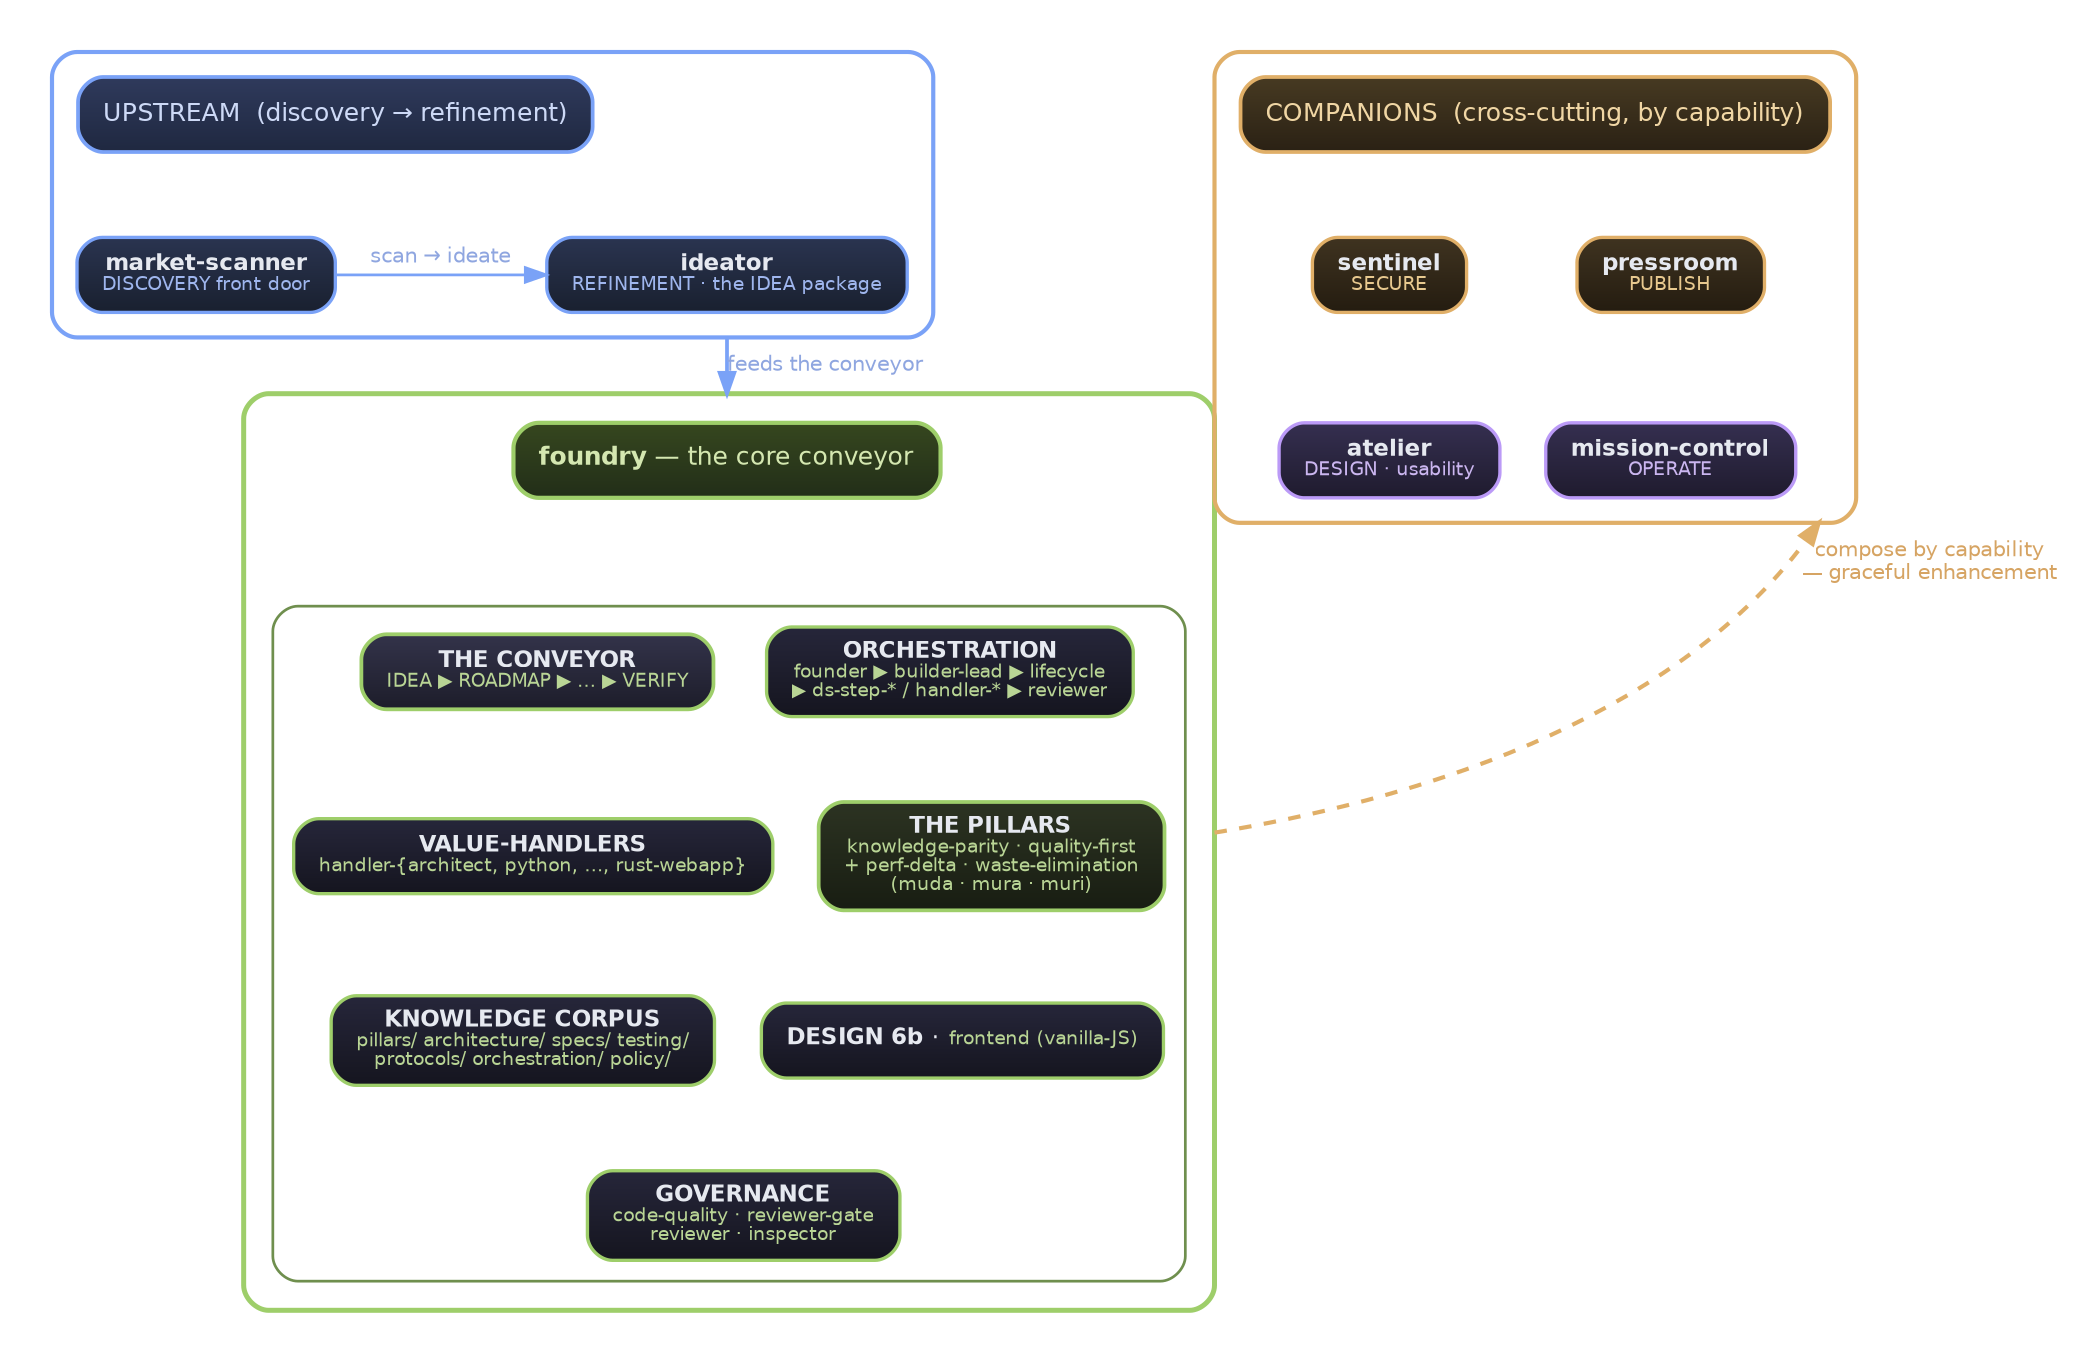
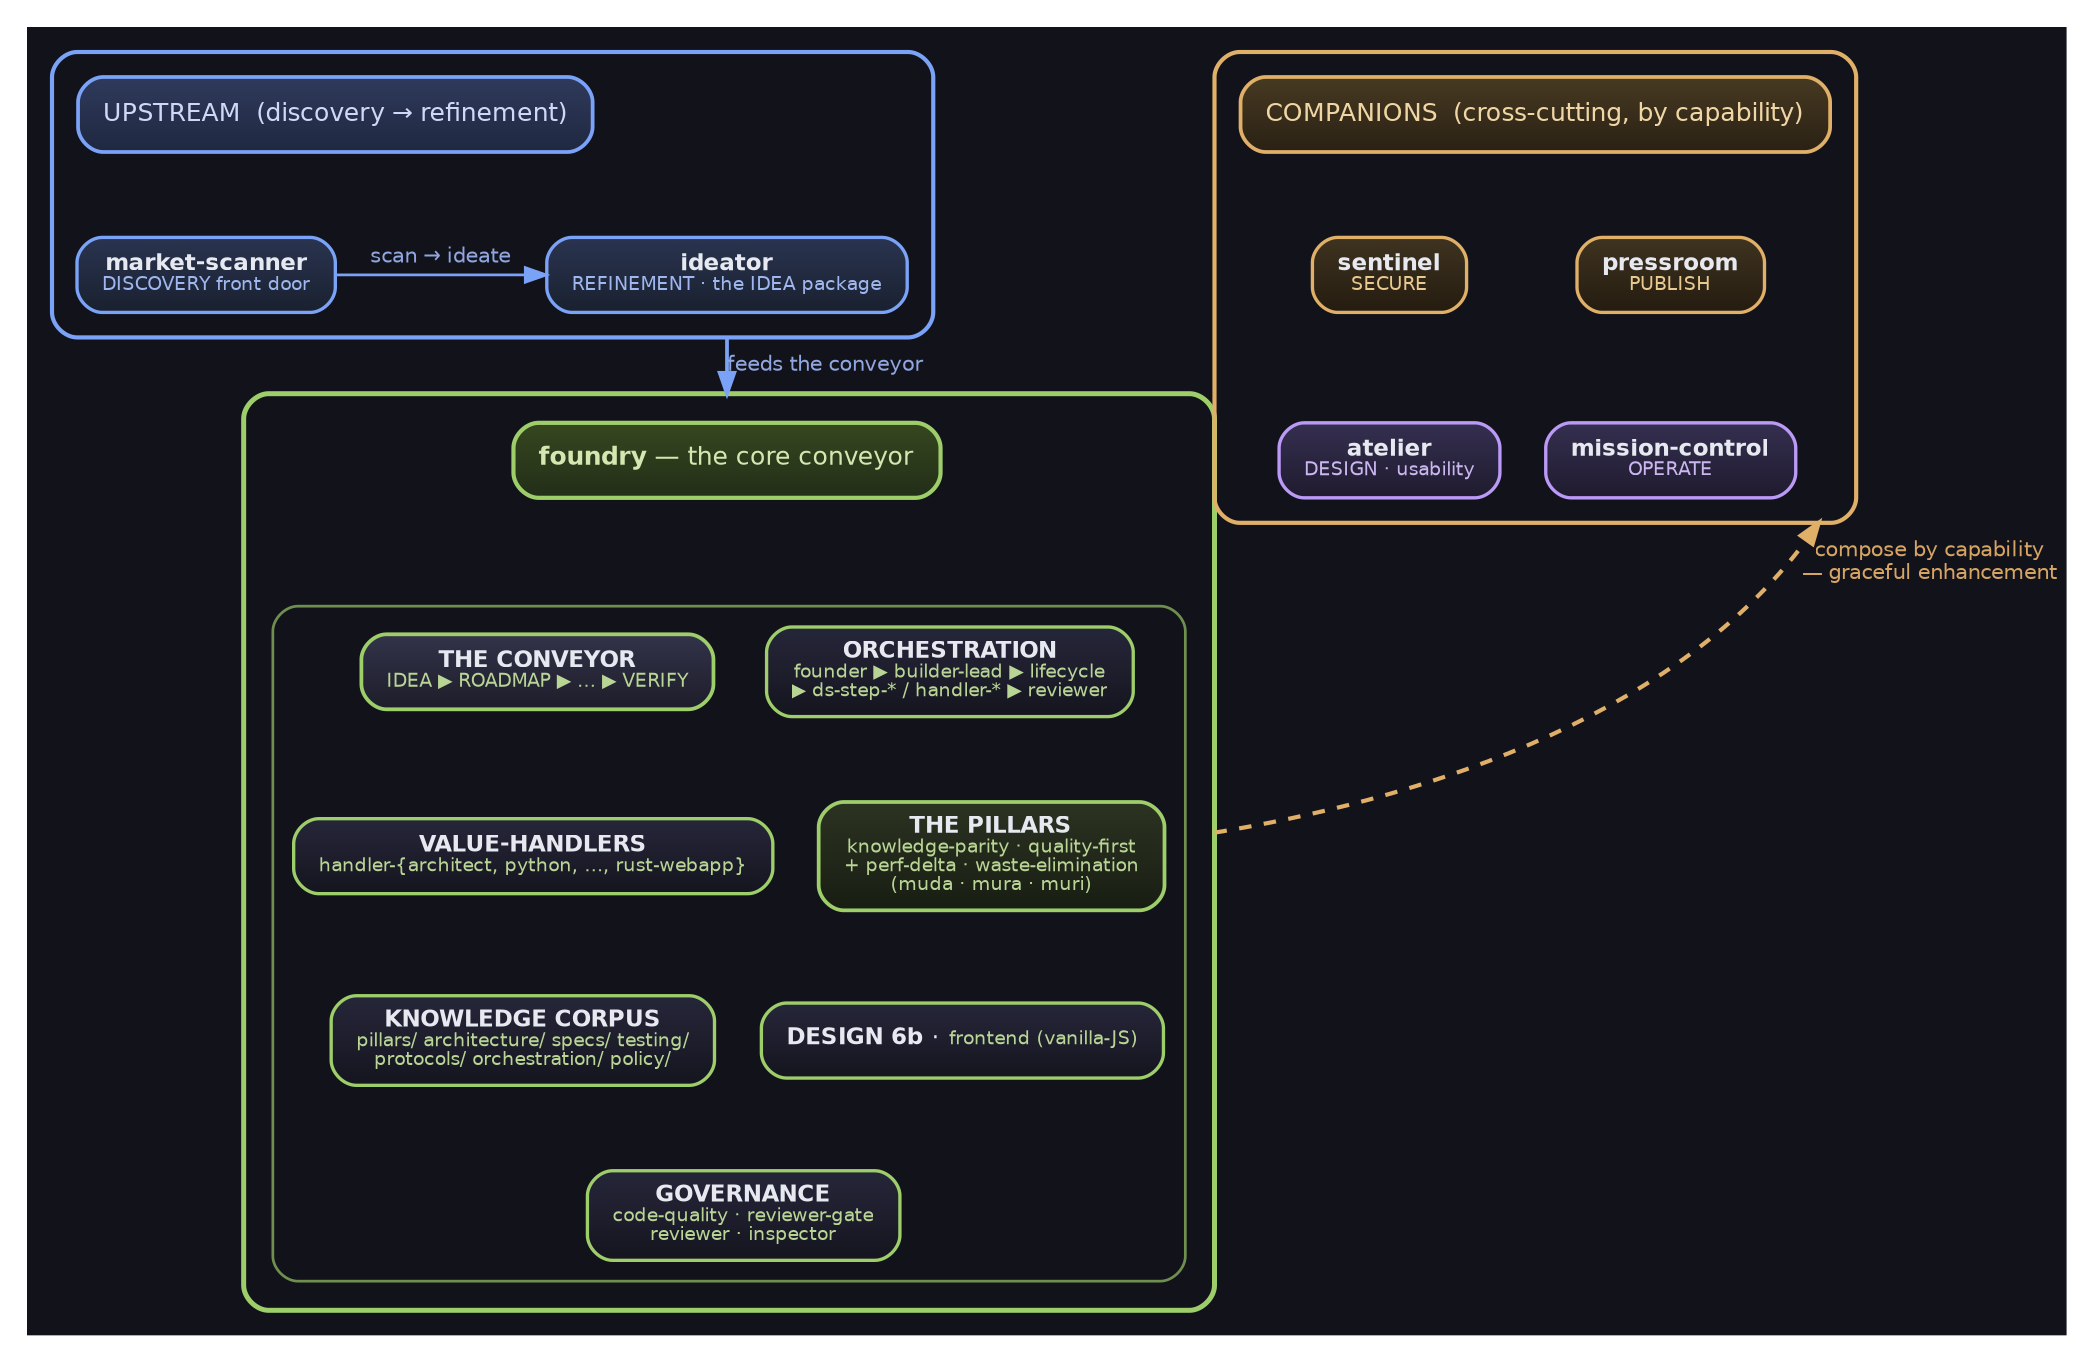
digraph DomainArchB {
-   bgcolor="transparent"
+   bgcolor="#12121b"
  rankdir=TB
  compound=true
  newrank=true
  nodesep=0.30
  ranksep=0.55
  margin=0.18
  fontname="DejaVu Sans"

  // node default carries a top-lit vertical gradient (lighter top → darker bottom) so every
  // filled box reads as a raised plate (graphviz-native depth; gradientangle=270 = top→bottom).
  node [shape=box, style="filled,rounded", fillcolor="#26263a:#15151f", gradientangle=270,
        color="#9aa2c0", fontcolor="#e6e9f0", fontname="DejaVu Sans", fontsize=11,
        penwidth=1.6, margin="0.16,0.10"]
  edge [color="#9aa2c0", fontcolor="#b8bed0", fontname="DejaVu Sans",
        fontsize=10, penwidth=1.3]

  // Cluster titles ride ON a filled accent chip so the cluster NAME clears BOTH
  // grounds (a plain cluster label on transparent ground washes out on white).

  // ================= UPSTREAM lane (top) =================
  subgraph cluster_upstream {
    label=""
    style="rounded"; color="#7aa2f7"; penwidth=2.0; bgcolor="transparent"; margin=12

    up_title [label="UPSTREAM  (discovery → refinement)", shape=box,
              style="filled,rounded", fillcolor="#2f3a5c:#1f2840", color="#7aa2f7",
              fontcolor="#cdd9f6", fontsize=12, penwidth=1.8]
    scanner [label=<<b>market-scanner</b><br/><font point-size="9" color="#9fb6ee">DISCOVERY front door</font>>,
             fillcolor="#2a3450:#19202f", color="#7aa2f7"]
    ideator [label=<<b>ideator</b><br/><font point-size="9" color="#9fb6ee">REFINEMENT &middot; the IDEA package</font>>,
             fillcolor="#2a3450:#19202f", color="#7aa2f7"]

    // scan → ideate: market-scanner LEFT, ideator RIGHT, arrow points right (reading order)
    { rank=same; scanner; ideator }
    up_title -> scanner [style=invis]
    scanner -> ideator [label="  scan → ideate  ", fontcolor="#8fa6e0", color="#7aa2f7",
                        weight=20]
  }

  // ================= CORE foundry (middle) =================
  subgraph cluster_core {
    label=""
    style="rounded"; color="#9ece6a"; penwidth=2.4; bgcolor="transparent"; margin=14

    core_title [label=<<b>foundry</b> &mdash; the core conveyor>, shape=box,
                style="filled,rounded", fillcolor="#36471f:#222e18", color="#9ece6a",
                fontcolor="#d4e7b0", fontsize=12, penwidth=2.0]

    subgraph cluster_core_cells {
      label=""
      style="rounded"; color="#6f8f4e"; penwidth=1.3; bgcolor="transparent"; margin=10

      cell_conveyor [label=<<b>THE CONVEYOR</b><br/><font point-size="9" color="#b9d595">IDEA ▶ ROADMAP ▶ … ▶ VERIFY</font>>,
                     fillcolor="#33334a:#1d1d2a", color="#9ece6a", penwidth=1.8]
      cell_orch [label=<<b>ORCHESTRATION</b><br/><font point-size="9" color="#b9d595">founder ▶ builder-lead ▶ lifecycle<br/>▶ ds-step-* / handler-* ▶ reviewer</font>>,
                 fillcolor="#26263a:#15151f", color="#9ece6a"]
      cell_handlers [label=<<b>VALUE-HANDLERS</b><br/><font point-size="9" color="#b9d595">handler-{architect, python, &hellip;, rust-webapp}</font>>,
                     fillcolor="#26263a:#15151f", color="#9ece6a"]
      cell_pillars [label=<<b>THE PILLARS</b><br/><font point-size="9" color="#b9d595">knowledge-parity &middot; quality-first<br/>+ perf-delta &middot; waste-elimination<br/>(muda &middot; mura &middot; muri)</font>>,
                    fillcolor="#2c3322:#181d12", color="#9ece6a", penwidth=1.8]
      cell_corpus [label=<<b>KNOWLEDGE CORPUS</b><br/><font point-size="9" color="#b9d595">pillars/ architecture/ specs/ testing/<br/>protocols/ orchestration/ policy/</font>>,
                   fillcolor="#26263a:#15151f", color="#9ece6a"]
      cell_design [label=<<b>DESIGN 6b</b> &middot; <font point-size="9" color="#b9d595">frontend (vanilla-JS)</font>>,
                   fillcolor="#26263a:#15151f", color="#9ece6a"]
      cell_gov [label=<<b>GOVERNANCE</b><br/><font point-size="9" color="#b9d595">code-quality &middot; reviewer-gate<br/>reviewer &middot; inspector</font>>,
                fillcolor="#26263a:#15151f", color="#9ece6a"]

      // fold the 7 cells into a 2-wide grid so the core box stays compact
      { rank=same; cell_conveyor;  cell_orch }
      { rank=same; cell_handlers;  cell_pillars }
      { rank=same; cell_corpus;    cell_design }
      cell_conveyor  -> cell_handlers [style=invis]
      cell_orch      -> cell_pillars  [style=invis]
      cell_handlers  -> cell_corpus   [style=invis]
      cell_pillars   -> cell_design   [style=invis]
      cell_corpus    -> cell_gov      [style=invis]
      cell_design    -> cell_gov      [style=invis]
    }

    core_title -> cell_conveyor [style=invis]
    core_title -> cell_orch     [style=invis]
  }

  // ================= COMPANIONS lane (bottom) =================
  subgraph cluster_companions {
    label=""
    style="rounded"; color="#e0af68"; penwidth=2.0; bgcolor="transparent"; margin=12

    co_title [label="COMPANIONS  (cross-cutting, by capability)", shape=box,
              style="filled,rounded", fillcolor="#473a22:#2a2114", color="#e0af68",
              fontcolor="#f0d6a4", fontsize=12, penwidth=1.8]
    sentinel [label=<<b>sentinel</b><br/><font point-size="9" color="#e8c98f">SECURE</font>>,
              fillcolor="#3f3320:#241c10", color="#e0af68"]
    pressroom [label=<<b>pressroom</b><br/><font point-size="9" color="#e8c98f">PUBLISH</font>>,
               fillcolor="#3f3320:#241c10", color="#e0af68"]
    atelier [label=<<b>atelier</b><br/><font point-size="9" color="#cbb6f0">DESIGN &middot; usability</font>>,
             fillcolor="#352f50:#1f1b2e", color="#bb9af7"]
    mission [label=<<b>mission-control</b><br/><font point-size="9" color="#cbb6f0">OPERATE</font>>,
             fillcolor="#352f50:#1f1b2e", color="#bb9af7"]

    // clean 2×2 grid DIRECTLY beneath the title bar (no L-shaped spill)
    { rank=same; sentinel;  pressroom }
    { rank=same; atelier;   mission }
    co_title  -> sentinel  [style=invis]
    co_title  -> pressroom [style=invis]
    sentinel  -> atelier   [style=invis, weight=10]
    pressroom -> mission   [style=invis, weight=10]
  }

  // ================= cross-lane flow =================
  ideator -> core_title [ltail=cluster_upstream, lhead=cluster_core,
                         label="feeds the conveyor", color="#7aa2f7",
                         fontcolor="#8fa6e0", penwidth=1.8, weight=20]

  // ONE group→group edge: companions cluster cross-cuts the WHOLE foundry.
  // ltail/lhead clip the edge to BOTH cluster boundaries — it terminates on the
  // core BOUNDARY, not a single inner cell, so it reads as whole-foundry enhancement.
  cell_pillars -> sentinel [ltail=cluster_core, lhead=cluster_companions,
                            label="compose by capability\n— graceful enhancement",
                            color="#e0af68", fontcolor="#d6a463", style=dashed,
                            penwidth=2.0, dir=both, arrowtail=none, weight=1,
                            constraint=false]
}
